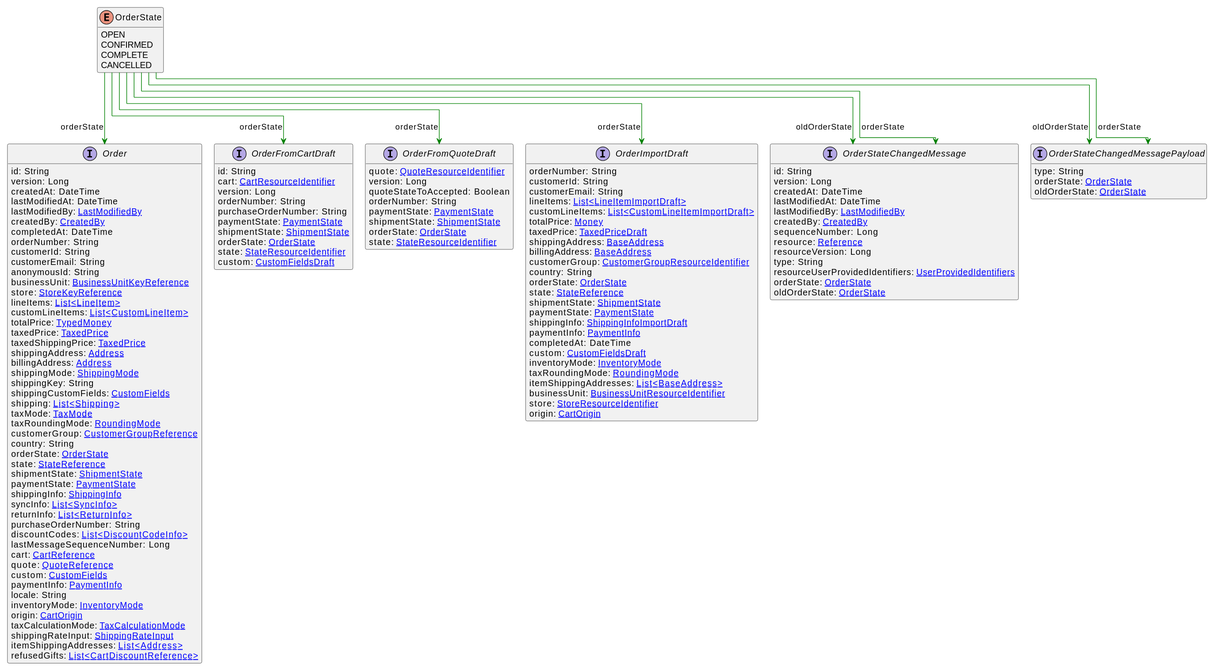
This is uml/api/svg/OrderState.svg from commercetools/commercetools-api-reference, a PlantUML export, as it was before one commit.
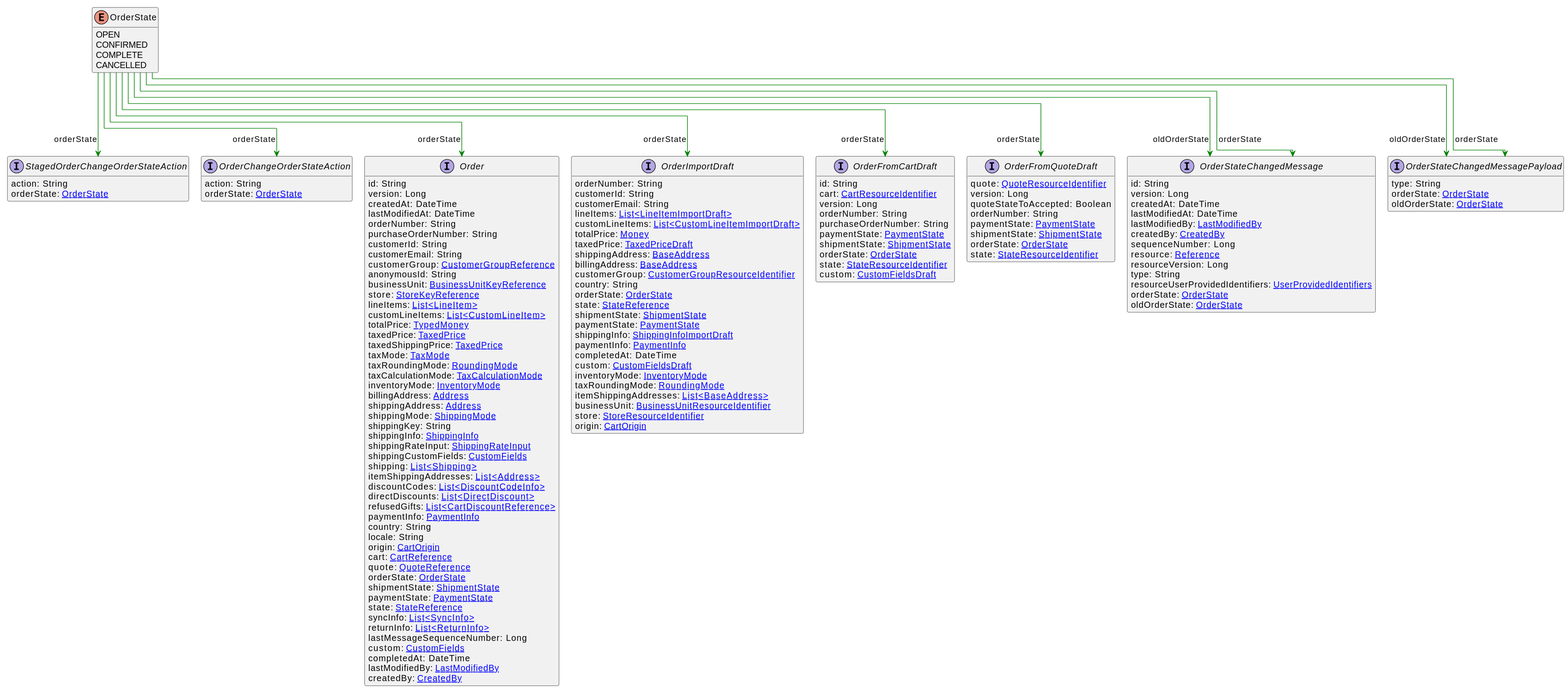
Above is the later version.

What changed in the source:
```diff
@@ -27,17 +27,20 @@
     orderState: [[OrderState.svg OrderState]]
     oldOrderState: [[OrderState.svg OrderState]]
 }
+interface StagedOrderChangeOrderStateAction [[StagedOrderChangeOrderStateAction.svg]]  {
+    action: String
+    orderState: [[OrderState.svg OrderState]]
+}
 interface Order [[Order.svg]]  {
     id: String
     version: Long
     createdAt: DateTime
     lastModifiedAt: DateTime
-    lastModifiedBy: [[LastModifiedBy.svg LastModifiedBy]]
-    createdBy: [[CreatedBy.svg CreatedBy]]
-    completedAt: DateTime
     orderNumber: String
+    purchaseOrderNumber: String
     customerId: String
     customerEmail: String
+    customerGroup: [[CustomerGroupReference.svg CustomerGroupReference]]
     anonymousId: String
     businessUnit: [[BusinessUnitKeyReference.svg BusinessUnitKeyReference]]
     store: [[StoreKeyReference.svg StoreKeyReference]]
@@ -46,37 +49,39 @@
     totalPrice: [[TypedMoney.svg TypedMoney]]
     taxedPrice: [[TaxedPrice.svg TaxedPrice]]
     taxedShippingPrice: [[TaxedPrice.svg TaxedPrice]]
+    taxMode: [[TaxMode.svg TaxMode]]
+    taxRoundingMode: [[RoundingMode.svg RoundingMode]]
+    taxCalculationMode: [[TaxCalculationMode.svg TaxCalculationMode]]
+    inventoryMode: [[InventoryMode.svg InventoryMode]]
+    billingAddress: [[Address.svg Address]]
     shippingAddress: [[Address.svg Address]]
-    billingAddress: [[Address.svg Address]]
     shippingMode: [[ShippingMode.svg ShippingMode]]
     shippingKey: String
+    shippingInfo: [[ShippingInfo.svg ShippingInfo]]
+    shippingRateInput: [[ShippingRateInput.svg ShippingRateInput]]
     shippingCustomFields: [[CustomFields.svg CustomFields]]
     shipping: [[Shipping.svg List<Shipping>]]
-    taxMode: [[TaxMode.svg TaxMode]]
-    taxRoundingMode: [[RoundingMode.svg RoundingMode]]
-    customerGroup: [[CustomerGroupReference.svg CustomerGroupReference]]
+    itemShippingAddresses: [[Address.svg List<Address>]]
+    discountCodes: [[DiscountCodeInfo.svg List<DiscountCodeInfo>]]
+    directDiscounts: [[DirectDiscount.svg List<DirectDiscount>]]
+    refusedGifts: [[CartDiscountReference.svg List<CartDiscountReference>]]
+    paymentInfo: [[PaymentInfo.svg PaymentInfo]]
     country: String
+    locale: String
+    origin: [[CartOrigin.svg CartOrigin]]
+    cart: [[CartReference.svg CartReference]]
+    quote: [[QuoteReference.svg QuoteReference]]
     orderState: [[OrderState.svg OrderState]]
-    state: [[StateReference.svg StateReference]]
     shipmentState: [[ShipmentState.svg ShipmentState]]
     paymentState: [[PaymentState.svg PaymentState]]
-    shippingInfo: [[ShippingInfo.svg ShippingInfo]]
+    state: [[StateReference.svg StateReference]]
     syncInfo: [[SyncInfo.svg List<SyncInfo>]]
     returnInfo: [[ReturnInfo.svg List<ReturnInfo>]]
-    purchaseOrderNumber: String
-    discountCodes: [[DiscountCodeInfo.svg List<DiscountCodeInfo>]]
     lastMessageSequenceNumber: Long
-    cart: [[CartReference.svg CartReference]]
-    quote: [[QuoteReference.svg QuoteReference]]
     custom: [[CustomFields.svg CustomFields]]
-    paymentInfo: [[PaymentInfo.svg PaymentInfo]]
-    locale: String
-    inventoryMode: [[InventoryMode.svg InventoryMode]]
-    origin: [[CartOrigin.svg CartOrigin]]
-    taxCalculationMode: [[TaxCalculationMode.svg TaxCalculationMode]]
-    shippingRateInput: [[ShippingRateInput.svg ShippingRateInput]]
-    itemShippingAddresses: [[Address.svg List<Address>]]
-    refusedGifts: [[CartDiscountReference.svg List<CartDiscountReference>]]
+    completedAt: DateTime
+    lastModifiedBy: [[LastModifiedBy.svg LastModifiedBy]]
+    createdBy: [[CreatedBy.svg CreatedBy]]
 }
 interface OrderFromCartDraft [[OrderFromCartDraft.svg]]  {
     id: String
@@ -127,12 +132,18 @@
     store: [[StoreResourceIdentifier.svg StoreResourceIdentifier]]
     origin: [[CartOrigin.svg CartOrigin]]
 }
+interface OrderChangeOrderStateAction [[OrderChangeOrderStateAction.svg]]  {
+    action: String
+    orderState: [[OrderState.svg OrderState]]
+}
 OrderState --> OrderStateChangedMessage #green;text:green : "orderState"
 OrderState --> OrderStateChangedMessage #green;text:green : "oldOrderState"
 OrderState --> OrderStateChangedMessagePayload #green;text:green : "orderState"
 OrderState --> OrderStateChangedMessagePayload #green;text:green : "oldOrderState"
+OrderState --> StagedOrderChangeOrderStateAction #green;text:green : "orderState"
 OrderState --> Order #green;text:green : "orderState"
 OrderState --> OrderFromCartDraft #green;text:green : "orderState"
 OrderState --> OrderFromQuoteDraft #green;text:green : "orderState"
 OrderState --> OrderImportDraft #green;text:green : "orderState"
+OrderState --> OrderChangeOrderStateAction #green;text:green : "orderState"
 @enduml
```
